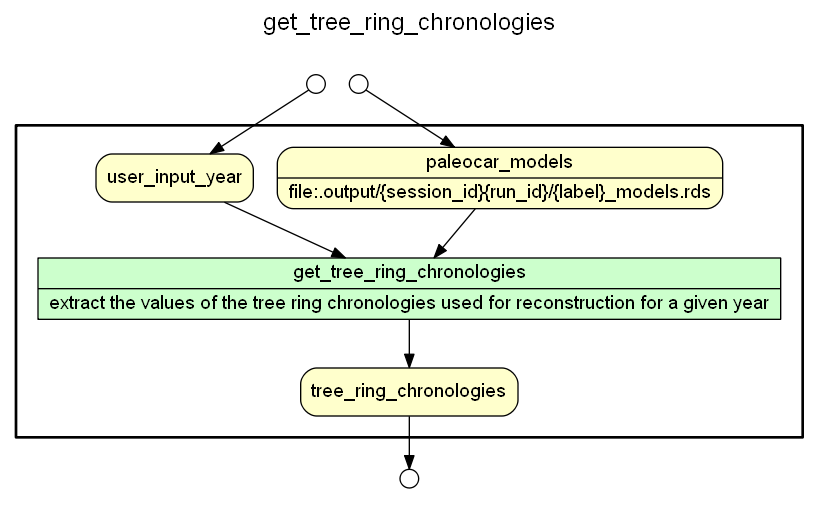
Above: yw/graphs/get_species_of_tree_used.png in idaks/wt-prov-Summer-2017 (Graphviz), before the change. Its source is kept beside it as yw/gv_files/get_species_of_tree_used.gv. Source of this version:
```dot
/* Start of top-level graph */
digraph Workflow {
rankdir=TB

/* Title for graph */
fontname=Helvetica; fontsize=18; labelloc=t
label=get_tree_ring_chronologies

/* Start of double cluster for drawing box around nodes in workflow */
subgraph cluster_workflow_box_outer { label=""; color=black; penwidth=2
subgraph cluster_workflow_box_inner { label=""; penwidth=0

/* Style for nodes representing atomic programs in workflow */
node[shape=box style=filled fillcolor="#CCFFCC" peripheries=1 fontname=Helvetica]

/* Nodes representing atomic programs in workflow */
get_tree_ring_chronologies [shape=record rankdir=LR label="{<f0> get_tree_ring_chronologies |<f1> extract the values of the tree ring chronologies used for reconstruction for a given year}"];

/* Style for nodes representing non-parameter data channels in workflow */
node[shape=box style="rounded,filled" fillcolor="#FFFFCC" peripheries=1 fontname=Helvetica]

/* Nodes for non-parameter data channels in workflow */
tree_ring_chronologies
paleocar_models [shape=record rankdir=LR label="{<f0> paleocar_models |<f1> file\:.output/\{session_id\}\{run_id\}/\{label\}_models.rds}"];
user_input_year

/* Style for nodes representing parameter channels in workflow */
node[shape=box style="rounded,filled" fillcolor="#FCFCFC" peripheries=1 fontname=Helvetica]

/* Nodes representing parameter channels in workflow */

/* Edges representing connections between programs and channels */
get_tree_ring_chronologies -> tree_ring_chronologies
paleocar_models -> get_tree_ring_chronologies
user_input_year -> get_tree_ring_chronologies

/* End of double cluster for drawing box around nodes in workflow */
}}

/* Hidden double-cluster for grouping workflow input ports */
subgraph cluster_input_ports_group_outer { label=""; penwidth=0
subgraph cluster_input_ports_group_inner { label=""; penwidth=0

/* Style for nodes representing workflow input ports */
node[shape=circle style="rounded,filled" fillcolor="#FFFFFF" peripheries=1 fontname=Helvetica width=0.2]

/* Nodes representing workflow input ports */
paleocar_models_input_port [label=""]
user_input_year_input_port [label=""]

/* End of double-cluster for grouping workflow input ports */
}}

/* Hidden double-cluster for grouping workflow output ports */
subgraph cluster_output_ports_group_outer { label=""; penwidth=0
subgraph cluster_output_ports_group_inner { label=""; penwidth=0

/* Style for nodes representing workflow output ports */
node[shape=circle style="rounded,filled" fillcolor="#FFFFFF" peripheries=1 fontname=Helvetica width=0.2]

/* Nodes representing workflow output ports */
tree_ring_chronologies_output_port [label=""]

/* End of double-cluster for grouping workflow output ports */
}}

/* Edges from input ports to channels */
paleocar_models_input_port -> paleocar_models
user_input_year_input_port -> user_input_year

/* Edges from channels to output ports */
tree_ring_chronologies -> tree_ring_chronologies_output_port

/* End of top-level graph */
}
```
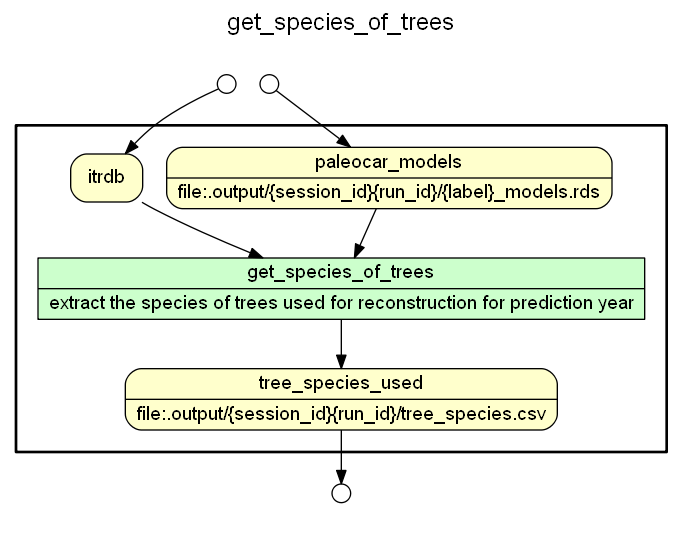
Later version of the same file.

The edit, as a diff of the source:
```diff
@@ -4,7 +4,7 @@
 
 /* Title for graph */
 fontname=Helvetica; fontsize=18; labelloc=t
-label=get_tree_ring_chronologies
+label=get_species_of_trees
 
 /* Start of double cluster for drawing box around nodes in workflow */
 subgraph cluster_workflow_box_outer { label=""; color=black; penwidth=2
@@ -14,15 +14,15 @@
 node[shape=box style=filled fillcolor="#CCFFCC" peripheries=1 fontname=Helvetica]
 
 /* Nodes representing atomic programs in workflow */
-get_tree_ring_chronologies [shape=record rankdir=LR label="{<f0> get_tree_ring_chronologies |<f1> extract the values of the tree ring chronologies used for reconstruction for a given year}"];
+get_species_of_trees [shape=record rankdir=LR label="{<f0> get_species_of_trees |<f1> extract the species of trees used for reconstruction for prediction year}"];
 
 /* Style for nodes representing non-parameter data channels in workflow */
 node[shape=box style="rounded,filled" fillcolor="#FFFFCC" peripheries=1 fontname=Helvetica]
 
 /* Nodes for non-parameter data channels in workflow */
-tree_ring_chronologies
+tree_species_used [shape=record rankdir=LR label="{<f0> tree_species_used |<f1> file\:.output/\{session_id\}\{run_id\}/tree_species.csv}"];
 paleocar_models [shape=record rankdir=LR label="{<f0> paleocar_models |<f1> file\:.output/\{session_id\}\{run_id\}/\{label\}_models.rds}"];
-user_input_year
+itrdb
 
 /* Style for nodes representing parameter channels in workflow */
 node[shape=box style="rounded,filled" fillcolor="#FCFCFC" peripheries=1 fontname=Helvetica]
@@ -30,9 +30,9 @@
 /* Nodes representing parameter channels in workflow */
 
 /* Edges representing connections between programs and channels */
-get_tree_ring_chronologies -> tree_ring_chronologies
-paleocar_models -> get_tree_ring_chronologies
-user_input_year -> get_tree_ring_chronologies
+get_species_of_trees -> tree_species_used
+paleocar_models -> get_species_of_trees
+itrdb -> get_species_of_trees
 
 /* End of double cluster for drawing box around nodes in workflow */
 }}
@@ -46,7 +46,7 @@
 
 /* Nodes representing workflow input ports */
 paleocar_models_input_port [label=""]
-user_input_year_input_port [label=""]
+itrdb_input_port [label=""]
 
 /* End of double-cluster for grouping workflow input ports */
 }}
@@ -59,17 +59,17 @@
 node[shape=circle style="rounded,filled" fillcolor="#FFFFFF" peripheries=1 fontname=Helvetica width=0.2]
 
 /* Nodes representing workflow output ports */
-tree_ring_chronologies_output_port [label=""]
+tree_species_used_output_port [label=""]
 
 /* End of double-cluster for grouping workflow output ports */
 }}
 
 /* Edges from input ports to channels */
 paleocar_models_input_port -> paleocar_models
-user_input_year_input_port -> user_input_year
+itrdb_input_port -> itrdb
 
 /* Edges from channels to output ports */
-tree_ring_chronologies -> tree_ring_chronologies_output_port
+tree_species_used -> tree_species_used_output_port
 
 /* End of top-level graph */
 }
```
